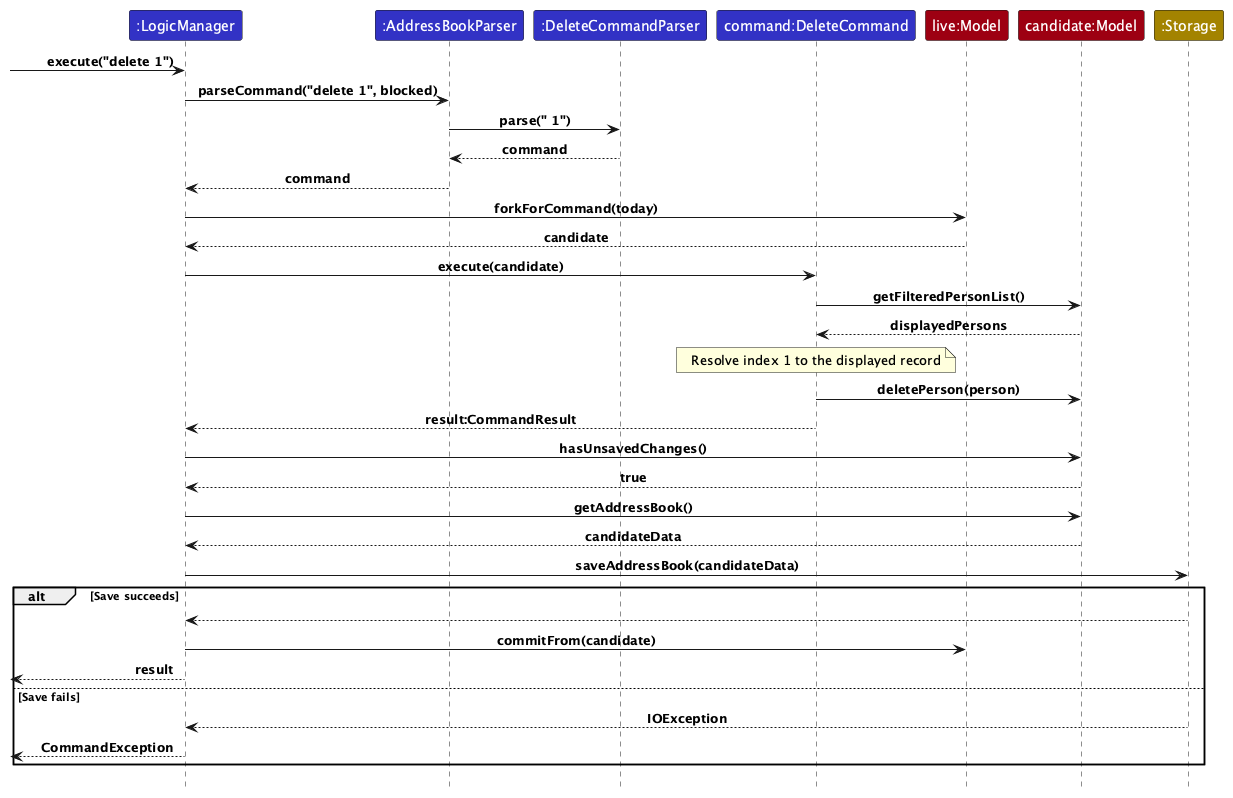
Before: docs/images/DeleteSequenceDiagram.png, a diagram exported from PlantUML (AY2627S1-CS2103T-W13-3/tp). The source it was exported from:
```plantuml
@startuml
!pragma layout smetana
!include style.puml
participant ":LogicManager" as logic LOGIC_COLOR
participant ":AddressBookParser" as parser LOGIC_COLOR
participant ":DeleteCommandParser" as deleteParser LOGIC_COLOR
participant "command:DeleteCommand" as command LOGIC_COLOR
participant "live:Model" as live MODEL_COLOR
participant "candidate:Model" as candidate MODEL_COLOR
participant ":Storage" as storage STORAGE_COLOR
[-> logic : execute("delete 1")
logic -> parser : parseCommand("delete 1", blocked)
parser -> deleteParser : parse(" 1")
deleteParser --> parser : command
parser --> logic : command
logic -> live : forkForCommand(today)
live --> logic : candidate
logic -> command : execute(candidate)
command -> candidate : getFilteredPersonList()
candidate --> command : displayedPersons
note over command : Resolve index 1 to the displayed record
command -> candidate : deletePerson(person)
command --> logic : result:CommandResult
logic -> candidate : hasUnsavedChanges()
candidate --> logic : true
logic -> candidate : getAddressBook()
candidate --> logic : candidateData
logic -> storage : saveAddressBook(candidateData)
alt Save succeeds
    storage --> logic
    logic -> live : commitFrom(candidate)
    [<-- logic : result
else Save fails
    storage --> logic : IOException
    [<-- logic : CommandException
end
@enduml
```
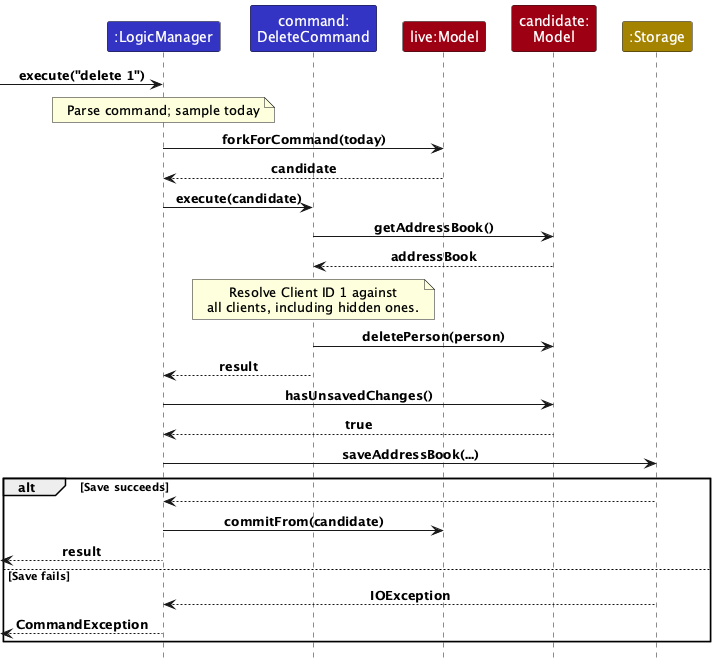
Later version of the same file.

What changed in the source:
```diff
@@ -1,31 +1,28 @@
 @startuml
 !pragma layout smetana
 !include style.puml
+skinparam ParticipantPadding 8
 participant ":LogicManager" as logic LOGIC_COLOR
-participant ":AddressBookParser" as parser LOGIC_COLOR
-participant ":DeleteCommandParser" as deleteParser LOGIC_COLOR
-participant "command:DeleteCommand" as command LOGIC_COLOR
+participant "command:\nDeleteCommand" as command LOGIC_COLOR
 participant "live:Model" as live MODEL_COLOR
-participant "candidate:Model" as candidate MODEL_COLOR
+participant "candidate:\nModel" as candidate MODEL_COLOR
 participant ":Storage" as storage STORAGE_COLOR
 [-> logic : execute("delete 1")
-logic -> parser : parseCommand("delete 1", blocked)
-parser -> deleteParser : parse(" 1")
-deleteParser --> parser : command
-parser --> logic : command
+note over logic : Parse command; sample today
 logic -> live : forkForCommand(today)
 live --> logic : candidate
 logic -> command : execute(candidate)
-command -> candidate : getFilteredPersonList()
-candidate --> command : displayedPersons
-note over command : Resolve index 1 to the displayed record
+command -> candidate : getAddressBook()
+candidate --> command : addressBook
+note over command
+Resolve Client ID 1 against
+all clients, including hidden ones.
+end note
 command -> candidate : deletePerson(person)
-command --> logic : result:CommandResult
+command --> logic : result
 logic -> candidate : hasUnsavedChanges()
 candidate --> logic : true
-logic -> candidate : getAddressBook()
-candidate --> logic : candidateData
-logic -> storage : saveAddressBook(candidateData)
+logic -> storage : saveAddressBook(...)
 alt Save succeeds
     storage --> logic
     logic -> live : commitFrom(candidate)
```
